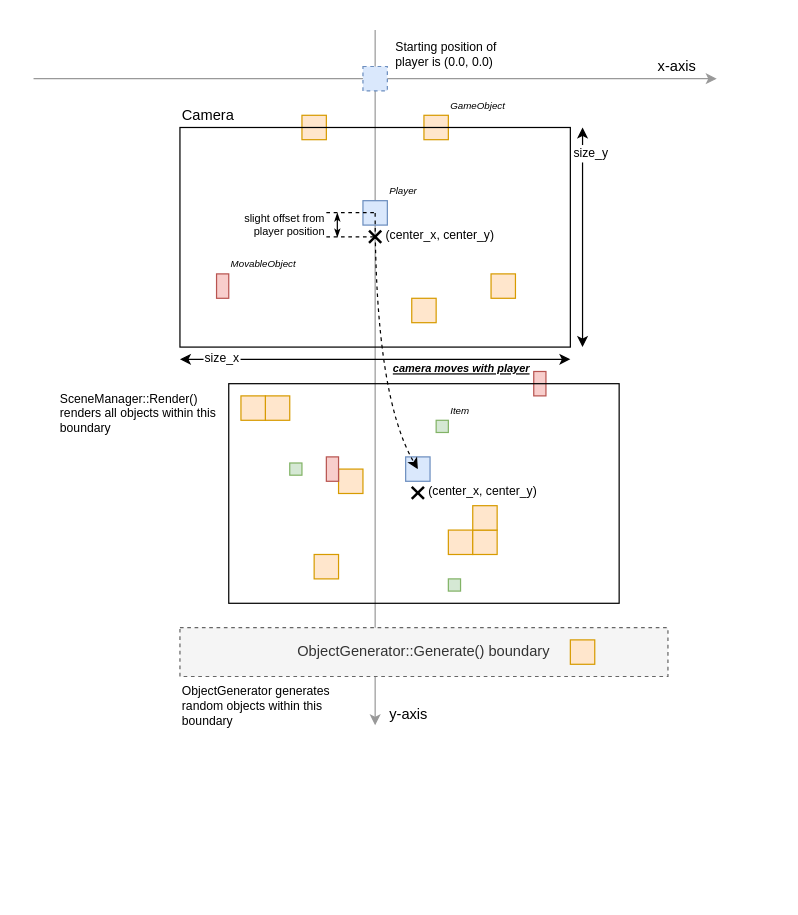
Above: docs/diagram/SceneManager_render_diagram.drawio in bgb10/console-surfing-game (draw.io), before the change. Source tidied: cells renumbered, new cells numbered last; positions are measured from the earlier drawing's top-left corner, leaving out a move shared by most shapes. Both pictures are drawn from the tidied source at 122%, with x=0, y=0 at pixel (33, 29).
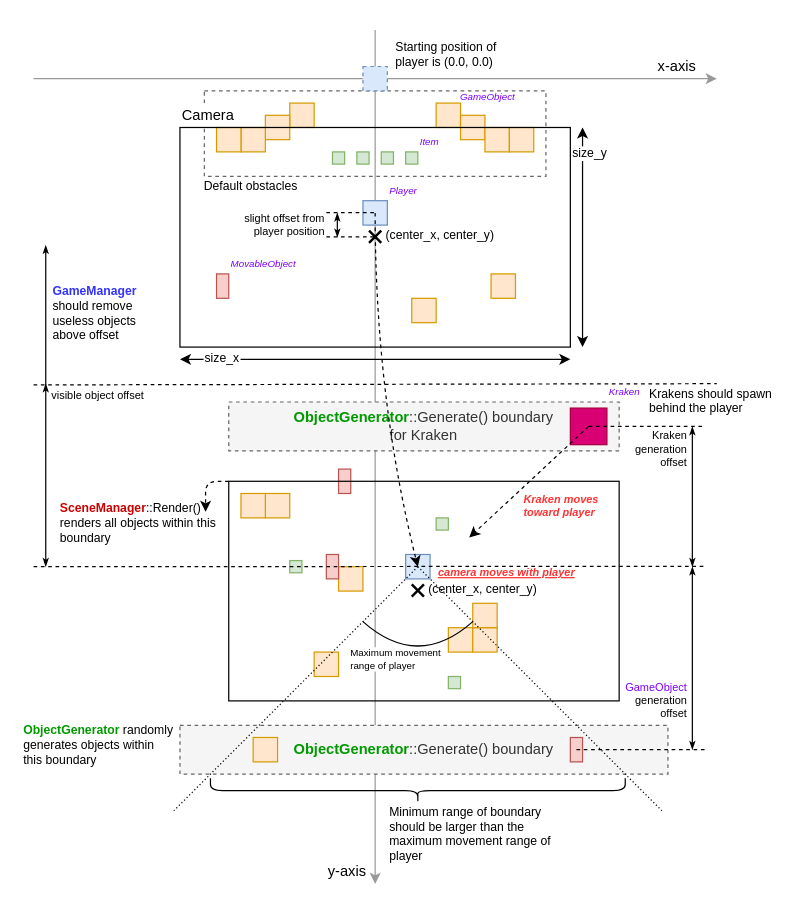
Above is the later version.

The change refers to these unchanged cells:
```xml
<mxCell id="11" style="endArrow=classic;startArrow=classic;html=1;fontSize=12;align=left;" parent="1" edge="1">
  <mxGeometry relative="1" as="geometry">
    <mxPoint x="450" y="80" as="sourcePoint" />
    <mxPoint x="450" y="260" as="targetPoint" />
  </mxGeometry>
</mxCell>
```

What changed in the source:
```diff
@@
+    <mxCell id="52" style="rounded=0;whiteSpace=wrap;html=1;fontSize=12;align=center;dashed=1;strokeColor=#666666;fontColor=#333333;fillColor=none;" parent="1" vertex="1">
+      <mxGeometry x="140" y="50" width="280" height="70" as="geometry" />
+    </mxCell>
+    <mxCell id="5" value="y-axis" style="endArrow=classic;html=1;fontSize=12;align=right;strokeColor=#999999;spacingLeft=0;spacing=8;" parent="1" edge="1">
+      <mxGeometry x="0.97" relative="1" as="geometry">
+        <mxPoint x="280" as="sourcePoint" />
+        <mxPoint x="280" y="700" as="targetPoint" />
+      </mxGeometry>
+    </mxCell>
+    <mxCell id="53" value="&lt;b&gt;&lt;font color=&quot;#009900&quot;&gt;ObjectGenerator&lt;/font&gt;&lt;/b&gt;::Generate() boundary&lt;br&gt;for Kraken" style="rounded=0;whiteSpace=wrap;html=1;fillColor=#f5f5f5;fontSize=12;align=center;dashed=1;strokeColor=#666666;fontColor=#333333;" parent="1" vertex="1">
+      <mxGeometry x="160" y="305" width="320" height="40" as="geometry" />
+    </mxCell>
     <mxCell id="2" style="rounded=0;whiteSpace=wrap;html=1;fillColor=#f8cecc;fontSize=9;align=left;strokeColor=#b85450;" parent="1" vertex="1">
-      <mxGeometry x="410" y="280" width="10" height="20" as="geometry" />
+      <mxGeometry x="250" y="360" width="10" height="20" as="geometry" />
     </mxCell>
     <mxCell id="3" style="rounded=0;whiteSpace=wrap;html=1;fillColor=#ffe6cc;fontSize=9;align=left;strokeColor=#d79b00;" parent="1" vertex="1">
-      <mxGeometry x="220" y="70" width="20" height="20" as="geometry" />
+      <mxGeometry x="210" y="60" width="20" height="20" as="geometry" />
     </mxCell>
     <mxCell id="4" style="rounded=0;whiteSpace=wrap;html=1;fillColor=#ffe6cc;fontSize=9;align=left;strokeColor=#d79b00;" parent="1" vertex="1">
-      <mxGeometry x="320" y="70" width="20" height="20" as="geometry" />
+      <mxGeometry x="330" y="60" width="20" height="20" as="geometry" />
     </mxCell>
-    <mxCell id="5" value="y-axis" style="endArrow=classic;html=1;fontSize=12;align=left;strokeColor=#999999;" parent="1" edge="1">
-      <mxGeometry x="0.97" y="10" relative="1" as="geometry">
-        <mxPoint x="280" as="sourcePoint" />
-        <mxPoint x="280" y="570" as="targetPoint" />
-      </mxGeometry>
-    </mxCell>
-    <mxCell id="6" value="ObjectGenerator::Generate() boundary" style="rounded=0;whiteSpace=wrap;html=1;fillColor=#f5f5f5;fontSize=12;align=center;dashed=1;strokeColor=#666666;fontColor=#333333;" parent="1" vertex="1">
-      <mxGeometry x="120" y="490" width="400" height="40" as="geometry" />
+    <mxCell id="6" value="&lt;font color=&quot;#009900&quot;&gt;&lt;b&gt;ObjectGenerator&lt;/b&gt;&lt;/font&gt;::Generate() boundary" style="rounded=0;whiteSpace=wrap;html=1;fillColor=#f5f5f5;fontSize=12;align=center;dashed=1;strokeColor=#666666;fontColor=#333333;" parent="1" vertex="1">
+      <mxGeometry x="120" y="570" width="400" height="40" as="geometry" />
     </mxCell>
     <mxCell id="7" style="rounded=0;whiteSpace=wrap;html=1;fillColor=none;" parent="1" vertex="1">
-      <mxGeometry x="160" y="290" width="320" height="180" as="geometry" />
+      <mxGeometry x="160" y="370" width="320" height="180" as="geometry" />
     </mxCell>
@@
-    <mxCell id="12" value="size_y" style="edgeLabel;html=1;align=left;verticalAlign=middle;fontSize=10;labelBorderColor=#FFFFFF;" parent="11" vertex="1">
+    <mxCell id="12" value="size_y" style="edgeLabel;html=1;align=left;verticalAlign=middle;fontSize=10;labelBorderColor=none;spacing=2;spacingBottom=0;" parent="11" vertex="1">
       <mxGeometry x="0.59" y="4" relative="1" as="geometry">
         <mxPoint x="-14" y="-122.9" as="offset" />
       </mxGeometry>
     </mxCell>
@@
-    <mxCell id="14" style="rounded=0;whiteSpace=wrap;html=1;fillColor=none;" parent="1" vertex="1">
-      <mxGeometry x="120" y="80" width="320" height="180" as="geometry" />
-    </mxCell>
-    <mxCell id="15" value="Camera" style="text;html=1;strokeColor=none;fillColor=none;align=left;verticalAlign=middle;whiteSpace=wrap;rounded=0;" parent="1" vertex="1">
-      <mxGeometry x="120" y="60" width="170" height="20" as="geometry" />
+    <mxCell id="15" value="Camera" style="text;html=1;strokeColor=none;align=left;verticalAlign=middle;whiteSpace=wrap;rounded=0;fillColor=#ffffff;" parent="1" vertex="1">
+      <mxGeometry x="120" y="60" width="50" height="20" as="geometry" />
     </mxCell>
@@
     <mxCell id="26" style="rounded=0;whiteSpace=wrap;html=1;fillColor=#ffe6cc;fontSize=9;align=left;strokeColor=#d79b00;" parent="1" vertex="1">
-      <mxGeometry x="190" y="300" width="20" height="20" as="geometry" />
+      <mxGeometry x="190" y="380" width="20" height="20" as="geometry" />
     </mxCell>
     <mxCell id="27" style="rounded=0;whiteSpace=wrap;html=1;fillColor=#ffe6cc;fontSize=9;align=left;strokeColor=#d79b00;" parent="1" vertex="1">
-      <mxGeometry x="170" y="300" width="20" height="20" as="geometry" />
+      <mxGeometry x="170" y="380" width="20" height="20" as="geometry" />
     </mxCell>
     <mxCell id="28" style="rounded=0;whiteSpace=wrap;html=1;fillColor=#ffe6cc;fontSize=9;align=left;strokeColor=#d79b00;" parent="1" vertex="1">
-      <mxGeometry x="250" y="360" width="20" height="20" as="geometry" />
+      <mxGeometry x="250" y="440" width="20" height="20" as="geometry" />
     </mxCell>
     <mxCell id="29" style="rounded=0;whiteSpace=wrap;html=1;fillColor=#f8cecc;fontSize=9;align=left;strokeColor=#b85450;" parent="1" vertex="1">
-      <mxGeometry x="240" y="350" width="10" height="20" as="geometry" />
+      <mxGeometry x="240" y="430" width="10" height="20" as="geometry" />
     </mxCell>
     <mxCell id="30" style="rounded=0;whiteSpace=wrap;html=1;fillColor=#d5e8d4;fontSize=9;align=left;strokeColor=#82b366;" parent="1" vertex="1">
-      <mxGeometry x="330" y="320" width="10" height="10" as="geometry" />
+      <mxGeometry x="330" y="400" width="10" height="10" as="geometry" />
     </mxCell>
     <mxCell id="31" style="rounded=0;whiteSpace=wrap;html=1;fillColor=#d5e8d4;fontSize=9;align=left;strokeColor=#82b366;" parent="1" vertex="1">
-      <mxGeometry x="210" y="355" width="10" height="10" as="geometry" />
+      <mxGeometry x="210" y="435" width="10" height="10" as="geometry" />
     </mxCell>
     <mxCell id="32" style="group;" parent="1" vertex="1">
-      <mxGeometry x="310" y="373.5" width="110" height="13" as="geometry" />
+      <mxGeometry x="310" y="453.5" width="110" height="13" as="geometry" />
     </mxCell>
@@
     <mxCell id="36" style="rounded=0;whiteSpace=wrap;html=1;fillColor=#dae8fc;fontSize=12;align=left;strokeColor=#6c8ebf;" parent="1" vertex="1">
-      <mxGeometry x="305" y="350" width="20" height="20" as="geometry" />
+      <mxGeometry x="305" y="430" width="20" height="20" as="geometry" />
     </mxCell>
-    <mxCell id="37" value="camera moves with player" style="endArrow=classic;html=1;strokeColor=#000000;strokeWidth=1;fontSize=9;align=left;curved=1;dashed=1;entryX=0.5;entryY=0.5;entryDx=0;entryDy=0;entryPerimeter=0;verticalAlign=middle;horizontal=1;fontStyle=7;" parent="1" edge="1" target="36">
-      <mxGeometry x="0.17" y="13" relative="1" as="geometry">
+    <mxCell id="37" value="camera moves with player" style="endArrow=classic;html=1;strokeColor=#000000;strokeWidth=1;fontSize=9;align=left;curved=1;dashed=1;entryX=0.5;entryY=0.5;entryDx=0;entryDy=0;entryPerimeter=0;verticalAlign=middle;horizontal=1;fontStyle=7;fontColor=#FF3333;" parent="1" edge="1" target="36">
+      <mxGeometry x="1" y="16" relative="1" as="geometry">
         <mxPoint x="280" y="150" as="sourcePoint" />
         <Array as="points">
           <mxPoint x="280" y="300" />
         </Array>
+        <mxPoint y="9" as="offset" />
       </mxGeometry>
     </mxCell>
     <mxCell id="38" style="rounded=0;whiteSpace=wrap;html=1;fillColor=#ffe6cc;fontSize=9;align=left;strokeColor=#d79b00;" parent="1" vertex="1">
-      <mxGeometry x="230" y="430" width="20" height="20" as="geometry" />
+      <mxGeometry x="230" y="510" width="20" height="20" as="geometry" />
     </mxCell>
     <mxCell id="39" style="rounded=0;whiteSpace=wrap;html=1;fillColor=#ffe6cc;fontSize=9;align=left;strokeColor=#d79b00;" parent="1" vertex="1">
-      <mxGeometry x="340" y="410" width="20" height="20" as="geometry" />
+      <mxGeometry x="340" y="490" width="20" height="20" as="geometry" />
     </mxCell>
     <mxCell id="40" style="rounded=0;whiteSpace=wrap;html=1;fillColor=#ffe6cc;fontSize=9;align=left;strokeColor=#d79b00;" parent="1" vertex="1">
-      <mxGeometry x="360" y="410" width="20" height="20" as="geometry" />
+      <mxGeometry x="360" y="490" width="20" height="20" as="geometry" />
     </mxCell>
     <mxCell id="41" style="rounded=0;whiteSpace=wrap;html=1;fillColor=#ffe6cc;fontSize=9;align=left;strokeColor=#d79b00;" parent="1" vertex="1">
-      <mxGeometry x="360" y="390" width="20" height="20" as="geometry" />
+      <mxGeometry x="360" y="470" width="20" height="20" as="geometry" />
     </mxCell>
     <mxCell id="42" style="rounded=0;whiteSpace=wrap;html=1;fillColor=#ffe6cc;fontSize=9;align=left;strokeColor=#d79b00;" parent="1" vertex="1">
-      <mxGeometry x="440" y="500" width="20" height="20" as="geometry" />
+      <mxGeometry x="180" y="580" width="20" height="20" as="geometry" />
     </mxCell>
@@
-    <mxCell id="45" value="ObjectGenerator generates random objects within this boundary" style="text;html=1;strokeColor=none;fillColor=none;align=left;verticalAlign=top;whiteSpace=wrap;rounded=0;dashed=1;fontSize=10;" parent="1" vertex="1">
-      <mxGeometry x="120" y="530" width="130" height="40" as="geometry" />
+    <mxCell id="45" value="&lt;b&gt;&lt;font color=&quot;#009900&quot;&gt;ObjectGenerator&lt;/font&gt;&lt;/b&gt; randomly generates objects within this boundary" style="text;html=1;strokeColor=none;fillColor=none;align=left;verticalAlign=top;whiteSpace=wrap;rounded=0;dashed=1;fontSize=10;spacingTop=-8;spacingRight=3;" parent="1" vertex="1">
+      <mxGeometry x="-10" y="570" width="130" height="40" as="geometry" />
     </mxCell>
-    <mxCell id="46" value="SceneManager::Render() renders all objects within this boundary" style="text;html=1;strokeColor=none;fillColor=none;align=left;verticalAlign=top;whiteSpace=wrap;rounded=0;dashed=1;fontSize=10;" parent="1" vertex="1">
-      <mxGeometry x="20" y="290" width="130" height="40" as="geometry" />
+    <mxCell id="46" value="&lt;b&gt;&lt;font color=&quot;#cc0000&quot;&gt;SceneManager&lt;/font&gt;&lt;/b&gt;::Render() renders all objects within this boundary" style="text;html=1;strokeColor=none;fillColor=none;align=left;verticalAlign=top;whiteSpace=wrap;rounded=0;dashed=1;fontSize=10;" parent="1" vertex="1">
+      <mxGeometry x="20" y="380" width="130" height="40" as="geometry" />
     </mxCell>
     <mxCell id="47" style="rounded=0;whiteSpace=wrap;html=1;fillColor=#d5e8d4;fontSize=9;align=left;strokeColor=#82b366;" parent="1" vertex="1">
-      <mxGeometry x="340" y="450" width="10" height="10" as="geometry" />
+      <mxGeometry x="340" y="530" width="10" height="10" as="geometry" />
     </mxCell>
-    <mxCell id="48" value="GameObject" style="text;html=1;strokeColor=none;fillColor=none;align=left;verticalAlign=bottom;whiteSpace=wrap;rounded=0;dashed=1;fontSize=8;fontStyle=2;" parent="1" vertex="1">
-      <mxGeometry x="340" y="60" width="80" height="10" as="geometry" />
+    <mxCell id="48" value="GameObject" style="text;html=1;strokeColor=none;fillColor=none;align=left;verticalAlign=middle;whiteSpace=wrap;rounded=0;dashed=1;fontSize=8;fontStyle=2;fontColor=#7F00FF;" parent="1" vertex="1">
+      <mxGeometry x="348" y="50" width="80" height="10" as="geometry" />
     </mxCell>
-    <mxCell id="49" value="Player" style="text;html=1;strokeColor=none;fillColor=none;align=left;verticalAlign=bottom;whiteSpace=wrap;rounded=0;dashed=1;fontSize=8;fontStyle=2;" parent="1" vertex="1">
+    <mxCell id="49" value="Player" style="text;html=1;strokeColor=none;fillColor=none;align=left;verticalAlign=bottom;whiteSpace=wrap;rounded=0;dashed=1;fontSize=8;fontStyle=2;fontColor=#7F00FF;" parent="1" vertex="1">
       <mxGeometry x="290" y="130" width="80" height="10" as="geometry" />
     </mxCell>
-    <mxCell id="50" value="MovableObject" style="text;html=1;strokeColor=none;fillColor=none;align=left;verticalAlign=bottom;whiteSpace=wrap;rounded=0;dashed=1;fontSize=8;fontStyle=2;" parent="1" vertex="1">
+    <mxCell id="50" value="MovableObject" style="text;html=1;strokeColor=none;fillColor=none;align=left;verticalAlign=bottom;whiteSpace=wrap;rounded=0;dashed=1;fontSize=8;fontStyle=2;fontColor=#7F00FF;" parent="1" vertex="1">
       <mxGeometry x="160" y="190" width="80" height="10" as="geometry" />
     </mxCell>
+    <mxCell id="54" style="rounded=0;whiteSpace=wrap;html=1;fillColor=#d80073;fontSize=9;align=left;strokeColor=#A50040;fontColor=#ffffff;" parent="1" vertex="1">
+      <mxGeometry x="440" y="310" width="30" height="30" as="geometry" />
+    </mxCell>
+    <mxCell id="55" value="Kraken" style="text;html=1;strokeColor=none;fillColor=none;align=left;verticalAlign=bottom;whiteSpace=wrap;rounded=0;dashed=1;fontSize=8;fontStyle=2;fontColor=#7F00FF;" parent="1" vertex="1">
+      <mxGeometry x="470" y="295" width="40" height="10" as="geometry" />
+    </mxCell>
+    <mxCell id="56" value="Krakens should spawn behind the player" style="text;html=1;strokeColor=none;fillColor=none;align=left;verticalAlign=top;whiteSpace=wrap;rounded=0;dashed=1;fontSize=10;spacingLeft=3;spacingTop=-9;" parent="1" vertex="1">
+      <mxGeometry x="500" y="295" width="110" height="30" as="geometry" />
+    </mxCell>
+    <mxCell id="57" style="endArrow=classic;html=1;fontColor=#FF3333;dashed=1;edgeStyle=orthogonalEdgeStyle;entryX=0.931;entryY=0.375;entryDx=0;entryDy=0;exitX=0;exitY=0;exitDx=0;exitDy=0;entryPerimeter=0;" parent="1" edge="1" source="7" target="46">
+      <mxGeometry relative="1" as="geometry">
+        <Array as="points">
+          <mxPoint x="141" y="370" />
+        </Array>
+      </mxGeometry>
+    </mxCell>
+    <mxCell id="58" value="Kraken moves&lt;br&gt;toward player" style="endArrow=classic;html=1;strokeColor=#000000;strokeWidth=1;fontSize=9;align=left;dashed=1;verticalAlign=middle;horizontal=1;fontStyle=3;fontColor=#FF3333;exitX=0.5;exitY=0.5;exitDx=0;exitDy=0;exitPerimeter=0;rounded=0;entryX=0.616;entryY=0.256;entryDx=0;entryDy=0;entryPerimeter=0;" parent="1" edge="1" source="54" target="7">
+      <mxGeometry x="0.26" y="10" relative="1" as="geometry" />
+    </mxCell>
+    <mxCell id="59" style="endArrow=none;html=1;dashed=1;fontColor=#FF3333;endFill=0;dashPattern=1 2;" parent="1" edge="1">
+      <mxGeometry relative="1" as="geometry">
+        <mxPoint x="315" y="440" as="sourcePoint" />
+        <mxPoint x="115" y="640" as="targetPoint" />
+      </mxGeometry>
+    </mxCell>
+    <mxCell id="60" style="endArrow=none;html=1;dashed=1;fontColor=#FF3333;endFill=0;dashPattern=1 2;" parent="1" edge="1">
+      <mxGeometry relative="1" as="geometry">
+        <mxPoint x="315" y="440" as="sourcePoint" />
+        <mxPoint x="515" y="640" as="targetPoint" />
+      </mxGeometry>
+    </mxCell>
+    <mxCell id="61" style="shape=curlyBracket;whiteSpace=wrap;html=1;rounded=1;fontColor=#FF3333;rotation=-90;size=0.5;" parent="1" vertex="1">
+      <mxGeometry x="305" y="453.5" width="20" height="340" as="geometry" />
+    </mxCell>
+    <mxCell id="62" value="Minimum range of boundary should be larger than the maximum movement range of player" style="text;html=1;strokeColor=none;fillColor=none;align=left;verticalAlign=top;whiteSpace=wrap;rounded=0;dashed=1;fontSize=10;spacingTop=-8;spacingRight=3;" parent="1" vertex="1">
+      <mxGeometry x="290" y="637" width="150" height="40" as="geometry" />
+    </mxCell>
+    <mxCell id="63" value="Kraken&lt;br&gt;generation&lt;br&gt;offset" style="endArrow=classicThin;startArrow=classicThin;html=1;strokeColor=#000000;strokeWidth=1;fontSize=9;align=right;endSize=4;startSize=4;startFill=1;endFill=1;spacingRight=3;spacingLeft=3;spacingTop=8;" parent="1" edge="1">
+      <mxGeometry x="0.74" relative="1" as="geometry">
+        <mxPoint x="540" y="440" as="sourcePoint" />
+        <mxPoint x="540" y="325.2" as="targetPoint" />
+      </mxGeometry>
+    </mxCell>
+    <mxCell id="64" style="endArrow=none;dashed=1;html=1;strokeColor=#000000;strokeWidth=1;fontSize=10;align=left;" parent="1" edge="1">
+      <mxGeometry x="535" y="425.3" as="geometry">
+        <mxPoint x="455" y="325" as="sourcePoint" />
+        <mxPoint x="550" y="325" as="targetPoint" />
+      </mxGeometry>
+    </mxCell>
+    <mxCell id="65" style="endArrow=none;dashed=1;html=1;strokeColor=#000000;strokeWidth=1;fontSize=10;align=left;" parent="1" edge="1">
+      <mxGeometry x="590" y="520" as="geometry">
+        <mxPoint y="440" as="sourcePoint" />
+        <mxPoint x="550" y="439.7" as="targetPoint" />
+      </mxGeometry>
+    </mxCell>
+    <mxCell id="66" style="rounded=0;whiteSpace=wrap;html=1;fillColor=#f8cecc;fontSize=9;align=left;strokeColor=#b85450;" parent="1" vertex="1">
+      <mxGeometry x="440" y="580" width="10" height="20" as="geometry" />
+    </mxCell>
+    <mxCell id="67" style="endArrow=none;dashed=1;html=1;strokeColor=#000000;strokeWidth=1;fontSize=10;align=left;" parent="1" edge="1">
+      <mxGeometry x="535" y="690.3" as="geometry">
+        <mxPoint x="445" y="590" as="sourcePoint" />
+        <mxPoint x="550" y="590" as="targetPoint" />
+      </mxGeometry>
+    </mxCell>
+    <mxCell id="68" value="&lt;font color=&quot;#7f00ff&quot;&gt;GameObject&lt;/font&gt;&lt;br&gt;generation&lt;br&gt;offset" style="endArrow=classicThin;startArrow=classicThin;html=1;strokeColor=#000000;strokeWidth=1;fontSize=9;align=right;endSize=4;startSize=4;startFill=1;endFill=1;spacingRight=3;spacingLeft=3;labelBackgroundColor=none;" parent="1" edge="1">
+      <mxGeometry x="-0.47" relative="1" as="geometry">
+        <mxPoint x="540" y="590" as="sourcePoint" />
+        <mxPoint x="540" y="440" as="targetPoint" />
+      </mxGeometry>
+    </mxCell>
+    <mxCell id="69" style="endArrow=none;html=1;fontColor=#FF3333;curved=1;" parent="1" edge="1">
+      <mxGeometry relative="1" as="geometry">
+        <mxPoint x="270" y="485" as="sourcePoint" />
+        <mxPoint x="360" y="485" as="targetPoint" />
+        <Array as="points">
+          <mxPoint x="315" y="525" />
+        </Array>
+      </mxGeometry>
+    </mxCell>
+    <mxCell id="70" value="Maximum movement range of player" style="text;html=1;strokeColor=none;align=left;verticalAlign=top;whiteSpace=wrap;rounded=0;dashed=1;fontSize=8;spacingTop=-6;spacingRight=3;fillColor=#ffffff;" parent="1" vertex="1">
+      <mxGeometry x="258" y="506" width="80" height="20" as="geometry" />
+    </mxCell>
+    <mxCell id="71" style="endArrow=none;dashed=1;html=1;strokeColor=#000000;strokeWidth=1;fontSize=10;align=left;" parent="1" edge="1">
+      <mxGeometry x="280" y="371.1" as="geometry">
+        <mxPoint y="291" as="sourcePoint" />
+        <mxPoint x="560" y="290" as="targetPoint" />
+      </mxGeometry>
+    </mxCell>
+    <mxCell id="72" style="endArrow=classicThin;startArrow=none;html=1;strokeColor=#000000;strokeWidth=1;fontSize=9;align=right;endSize=4;startSize=4;startFill=0;endFill=1;spacingRight=3;spacingLeft=3;spacingTop=8;" parent="1" edge="1">
+      <mxGeometry x="-0.11" relative="1" as="geometry">
+        <mxPoint x="10" y="291.2" as="sourcePoint" />
+        <mxPoint x="10" y="176.5" as="targetPoint" />
+      </mxGeometry>
+    </mxCell>
+    <mxCell id="73" value="visible object offset" style="endArrow=classicThin;startArrow=classicThin;html=1;strokeColor=#000000;strokeWidth=1;fontSize=9;align=left;endSize=4;startSize=4;startFill=1;endFill=1;spacingRight=3;spacingLeft=3;spacingTop=8;" parent="1" edge="1">
+      <mxGeometry x="0.92" relative="1" as="geometry">
+        <mxPoint x="10" y="440" as="sourcePoint" />
+        <mxPoint x="10" y="290" as="targetPoint" />
+      </mxGeometry>
+    </mxCell>
+    <mxCell id="74" value="&lt;b&gt;&lt;font color=&quot;#3333ff&quot;&gt;GameManager&lt;/font&gt;&lt;/b&gt; should remove useless objects&lt;br&gt;above offset" style="text;html=1;strokeColor=none;fillColor=none;align=left;verticalAlign=top;whiteSpace=wrap;rounded=0;dashed=1;fontSize=10;spacingTop=-8;spacingRight=3;spacingLeft=-6;" parent="1" vertex="1">
+      <mxGeometry x="20" y="210" width="90" height="50" as="geometry" />
+    </mxCell>
+    <mxCell id="75" style="rounded=0;whiteSpace=wrap;html=1;fillColor=#d5e8d4;fontSize=9;align=left;strokeColor=#82b366;" parent="1" vertex="1">
+      <mxGeometry x="285" y="100" width="10" height="10" as="geometry" />
+    </mxCell>
+    <mxCell id="76" style="rounded=0;whiteSpace=wrap;html=1;fillColor=#d5e8d4;fontSize=9;align=left;strokeColor=#82b366;" parent="1" vertex="1">
+      <mxGeometry x="265" y="100" width="10" height="10" as="geometry" />
+    </mxCell>
+    <mxCell id="77" style="rounded=0;whiteSpace=wrap;html=1;fillColor=#d5e8d4;fontSize=9;align=left;strokeColor=#82b366;" parent="1" vertex="1">
+      <mxGeometry x="245" y="100" width="10" height="10" as="geometry" />
+    </mxCell>
+    <mxCell id="78" style="rounded=0;whiteSpace=wrap;html=1;fillColor=#d5e8d4;fontSize=9;align=left;strokeColor=#82b366;" parent="1" vertex="1">
+      <mxGeometry x="305" y="100" width="10" height="10" as="geometry" />
+    </mxCell>
+    <mxCell id="79" style="rounded=0;whiteSpace=wrap;html=1;fillColor=#ffe6cc;fontSize=9;align=left;strokeColor=#d79b00;" parent="1" vertex="1">
+      <mxGeometry x="190" y="70" width="20" height="20" as="geometry" />
+    </mxCell>
+    <mxCell id="80" style="rounded=0;whiteSpace=wrap;html=1;fillColor=#ffe6cc;fontSize=9;align=left;strokeColor=#d79b00;" parent="1" vertex="1">
+      <mxGeometry x="350" y="70" width="20" height="20" as="geometry" />
+    </mxCell>
-    <mxCell id="51" value="Item" style="text;html=1;strokeColor=none;fillColor=none;align=left;verticalAlign=bottom;whiteSpace=wrap;rounded=0;dashed=1;fontSize=8;fontStyle=2;" parent="1" vertex="1">
-      <mxGeometry x="340" y="310" width="80" height="10" as="geometry" />
+    <mxCell id="51" value="Item" style="text;html=1;strokeColor=none;fillColor=none;align=left;verticalAlign=bottom;whiteSpace=wrap;rounded=0;dashed=1;fontSize=8;fontStyle=2;fontColor=#7F00FF;" parent="1" vertex="1">
+      <mxGeometry x="315" y="90" width="80" height="10" as="geometry" />
     </mxCell>
+    <mxCell id="81" style="rounded=0;whiteSpace=wrap;html=1;fillColor=#ffe6cc;fontSize=9;align=left;strokeColor=#d79b00;" parent="1" vertex="1">
+      <mxGeometry x="170" y="80" width="20" height="20" as="geometry" />
+    </mxCell>
+    <mxCell id="82" style="rounded=0;whiteSpace=wrap;html=1;fillColor=#ffe6cc;fontSize=9;align=left;strokeColor=#d79b00;" parent="1" vertex="1">
+      <mxGeometry x="370" y="80" width="20" height="20" as="geometry" />
+    </mxCell>
+    <mxCell id="83" style="rounded=0;whiteSpace=wrap;html=1;fillColor=#ffe6cc;fontSize=9;align=left;strokeColor=#d79b00;" parent="1" vertex="1">
+      <mxGeometry x="390" y="80" width="20" height="20" as="geometry" />
+    </mxCell>
+    <mxCell id="84" style="rounded=0;whiteSpace=wrap;html=1;fillColor=#ffe6cc;fontSize=9;align=left;strokeColor=#d79b00;" parent="1" vertex="1">
+      <mxGeometry x="150" y="80" width="20" height="20" as="geometry" />
+    </mxCell>
+    <mxCell id="14" style="rounded=0;whiteSpace=wrap;html=1;fillColor=none;" parent="1" vertex="1">
+      <mxGeometry x="120" y="80" width="320" height="180" as="geometry" />
+    </mxCell>
+    <mxCell id="85" value="Default obstacles" style="text;html=1;strokeColor=none;fillColor=none;align=left;verticalAlign=top;whiteSpace=wrap;rounded=0;dashed=1;fontSize=10;spacingTop=-2;spacingRight=3;spacing=0;" parent="1" vertex="1">
+      <mxGeometry x="140" y="120" width="90" height="10" as="geometry" />
+    </mxCell>
```
